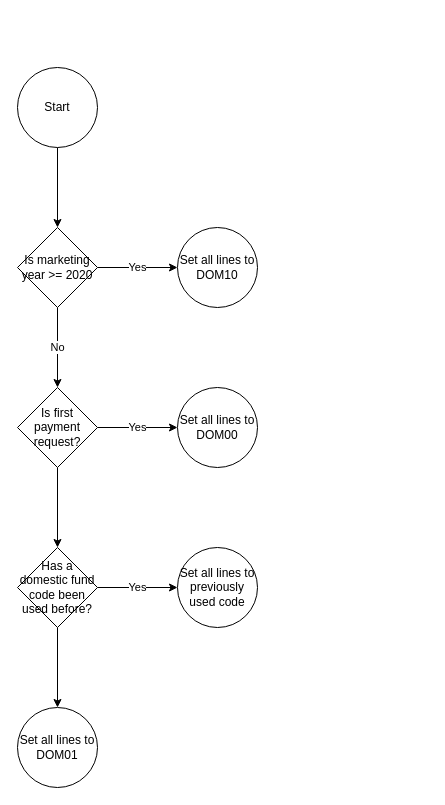
Before: Payments/dual.accounting.drawio in DEFRA/ffc-diagrams, a draw.io diagram. Source tidied: cells renumbered, new cells numbered last; positions are measured from the earlier drawing's top-left corner, leaving out a move shared by most shapes. Both pictures are drawn from the tidied source at 100%, with x=0, y=0 at pixel (17, 67).
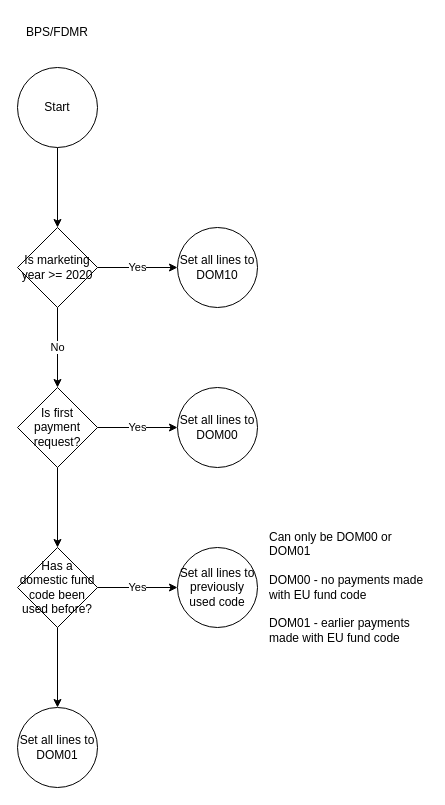
Above is the later version.

Diff of the diagram source:
```diff
@@
 <mxGraphModel>
   <root>
     <mxCell id="0" />
     <mxCell id="1" parent="0" />
     <mxCell id="2" style="edgeStyle=orthogonalEdgeStyle;rounded=0;jettySize=auto;html=1;" parent="1" edge="1" source="3" target="6">
       <mxGeometry relative="1" as="geometry" />
     </mxCell>
     <mxCell id="3" value="Start" style="ellipse;whiteSpace=wrap;html=1;" parent="1" vertex="1">
       <mxGeometry width="80" height="80" as="geometry" />
     </mxCell>
     <mxCell id="4" value="Yes" style="edgeStyle=orthogonalEdgeStyle;rounded=0;jettySize=auto;html=1;" parent="1" edge="1" source="6" target="7">
       <mxGeometry relative="1" as="geometry" />
     </mxCell>
     <mxCell id="5" value="No" style="edgeStyle=orthogonalEdgeStyle;rounded=0;jettySize=auto;html=1;" parent="1" edge="1" source="6" target="10">
       <mxGeometry relative="1" as="geometry" />
     </mxCell>
     <mxCell id="6" value="Is marketing year &amp;gt;= 2020" style="rhombus;whiteSpace=wrap;html=1;" parent="1" vertex="1">
       <mxGeometry y="160" width="80" height="80" as="geometry" />
     </mxCell>
     <mxCell id="7" value="Set all lines to DOM10" style="ellipse;whiteSpace=wrap;html=1;" parent="1" vertex="1">
       <mxGeometry x="160" y="160" width="80" height="80" as="geometry" />
     </mxCell>
     <mxCell id="8" value="Yes" style="edgeStyle=orthogonalEdgeStyle;rounded=0;jettySize=auto;html=1;" parent="1" edge="1" source="10" target="11">
       <mxGeometry relative="1" as="geometry" />
     </mxCell>
     <mxCell id="9" style="edgeStyle=orthogonalEdgeStyle;rounded=0;jettySize=auto;html=1;" parent="1" edge="1" source="10" target="14">
       <mxGeometry relative="1" as="geometry" />
     </mxCell>
     <mxCell id="10" value="Is first payment request?" style="rhombus;whiteSpace=wrap;html=1;" parent="1" vertex="1">
       <mxGeometry y="320" width="80" height="80" as="geometry" />
     </mxCell>
     <mxCell id="11" value="Set all lines to DOM00" style="ellipse;whiteSpace=wrap;html=1;" parent="1" vertex="1">
       <mxGeometry x="160" y="320" width="80" height="80" as="geometry" />
     </mxCell>
     <mxCell id="12" value="Yes" style="edgeStyle=orthogonalEdgeStyle;rounded=0;jettySize=auto;html=1;" parent="1" edge="1" source="14" target="15">
       <mxGeometry relative="1" as="geometry" />
     </mxCell>
     <mxCell id="13" style="edgeStyle=orthogonalEdgeStyle;rounded=0;jettySize=auto;html=1;" parent="1" edge="1" source="14" target="16">
       <mxGeometry relative="1" as="geometry" />
     </mxCell>
     <mxCell id="14" value="Has a domestic fund code been used before?" style="rhombus;whiteSpace=wrap;html=1;" parent="1" vertex="1">
       <mxGeometry y="480" width="80" height="80" as="geometry" />
     </mxCell>
     <mxCell id="15" value="Set all lines to previously used code" style="ellipse;whiteSpace=wrap;html=1;" parent="1" vertex="1">
       <mxGeometry x="160" y="480" width="80" height="80" as="geometry" />
     </mxCell>
     <mxCell id="16" value="Set all lines to DOM01" style="ellipse;whiteSpace=wrap;html=1;" parent="1" vertex="1">
       <mxGeometry y="640" width="80" height="80" as="geometry" />
     </mxCell>
+    <mxCell id="17" value="Can only be DOM00 or DOM01&lt;br&gt;&lt;br&gt;DOM00 - no payments made with EU fund code&lt;br&gt;&lt;br&gt;DOM01 - earlier payments made with EU fund code" style="text;html=1;strokeColor=none;fillColor=none;align=left;verticalAlign=middle;whiteSpace=wrap;rounded=0;" parent="1" vertex="1">
+      <mxGeometry x="250" y="505" width="160" height="30" as="geometry" />
+    </mxCell>
+    <mxCell id="18" value="BPS/FDMR" style="text;html=1;strokeColor=none;fillColor=none;align=center;verticalAlign=middle;whiteSpace=wrap;rounded=0;" parent="1" vertex="1">
+      <mxGeometry x="10" y="-50" width="60" height="30" as="geometry" />
+    </mxCell>
   </root>
 </mxGraphModel>
```
